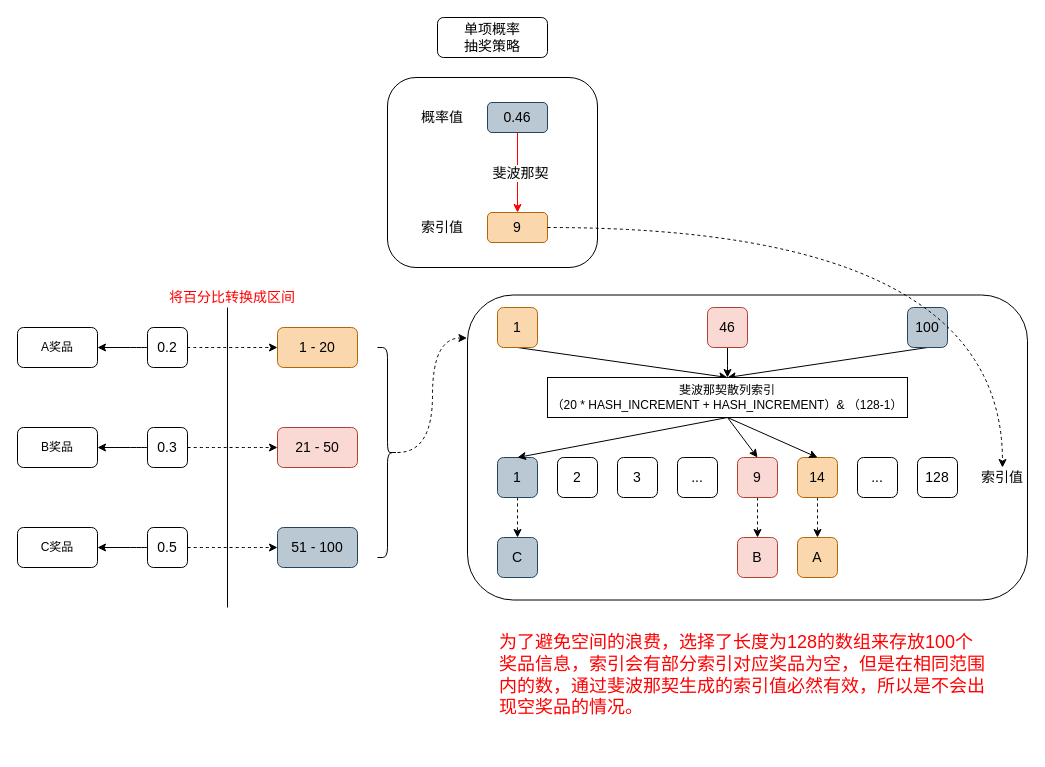
Above: page "第 1 页" (1 of 2) of docs/笔记/项目笔记/Lottery/流程图/具体抽奖算法.drawio in HappyBinbin/HappyBinbin.github.io (draw.io), before the change. Source tidied: cells renumbered, new cells numbered last; positions are measured from the earlier drawing's top-left corner, leaving out a move shared by most shapes. Both pictures are drawn from the tidied source at 100%, with x=0, y=0 at pixel (17, 17).
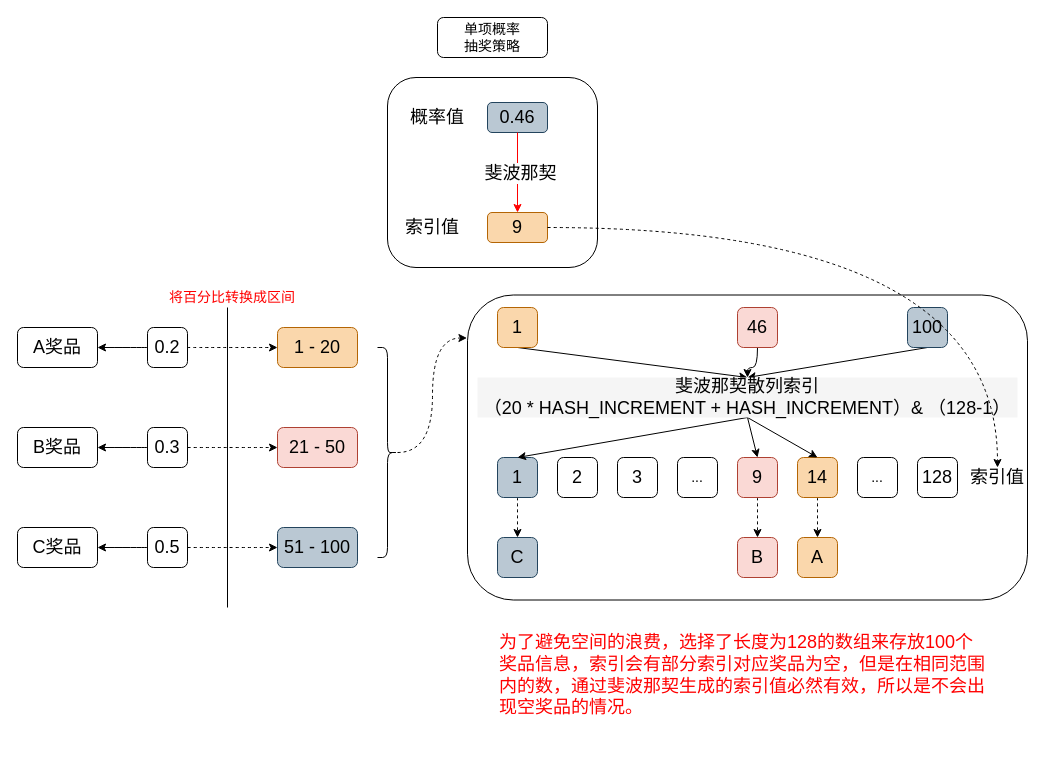
Above is the later version.

The change refers to these unchanged cells:
```xml
<mxCell id="3" style="group;" parent="1" vertex="1">
  <mxGeometry x="370" y="60" width="210" height="190" as="geometry" />
</mxCell>
<mxCell id="9" style="edgeStyle=orthogonalEdgeStyle;rounded=0;jettySize=auto;html=1;entryX=0.5;entryY=0;entryDx=0;entryDy=0;strokeColor=#FF0000;" parent="3" edge="1" source="7" target="8">
  <mxGeometry relative="1" as="geometry" />
</mxCell>
```

The edit, as a diff of the source:
```diff
@@
-    <mxCell id="5" value="&lt;font style=&quot;font-size: 14px&quot;&gt;概率值&lt;/font&gt;" style="text;html=1;strokeColor=none;fillColor=none;align=center;verticalAlign=middle;whiteSpace=wrap;rounded=0;" parent="3" vertex="1">
-      <mxGeometry x="30" y="30" width="50" height="20" as="geometry" />
+    <mxCell id="5" value="&lt;font style=&quot;font-size: 18px&quot;&gt;概率值&lt;/font&gt;" style="text;html=1;strokeColor=none;fillColor=none;align=center;verticalAlign=middle;whiteSpace=wrap;rounded=0;" parent="3" vertex="1">
+      <mxGeometry x="20" y="30" width="60" height="20" as="geometry" />
     </mxCell>
-    <mxCell id="6" value="&lt;font style=&quot;font-size: 14px&quot;&gt;索引值&lt;/font&gt;" style="text;html=1;strokeColor=none;fillColor=none;align=center;verticalAlign=middle;whiteSpace=wrap;rounded=0;" parent="3" vertex="1">
-      <mxGeometry x="30" y="140" width="50" height="20" as="geometry" />
+    <mxCell id="6" value="&lt;font style=&quot;font-size: 18px&quot;&gt;索引值&lt;/font&gt;" style="text;html=1;strokeColor=none;fillColor=none;align=center;verticalAlign=middle;whiteSpace=wrap;rounded=0;" parent="3" vertex="1">
+      <mxGeometry x="10" y="140" width="70" height="20" as="geometry" />
     </mxCell>
-    <mxCell id="7" value="&lt;font style=&quot;font-size: 14px&quot;&gt;0.46&lt;/font&gt;" style="rounded=1;whiteSpace=wrap;html=1;fillColor=#bac8d3;strokeColor=#23445d;" parent="3" vertex="1">
+    <mxCell id="7" value="&lt;font style=&quot;font-size: 18px&quot;&gt;0.46&lt;/font&gt;" style="rounded=1;whiteSpace=wrap;html=1;fillColor=#bac8d3;strokeColor=#23445d;" parent="3" vertex="1">
       <mxGeometry x="100" y="25" width="60" height="30" as="geometry" />
     </mxCell>
-    <mxCell id="8" value="&lt;font style=&quot;font-size: 14px&quot;&gt;9&lt;/font&gt;" style="rounded=1;whiteSpace=wrap;html=1;fillColor=#fad7ac;strokeColor=#b46504;" parent="3" vertex="1">
+    <mxCell id="8" value="&lt;font style=&quot;font-size: 18px&quot;&gt;9&lt;/font&gt;" style="rounded=1;whiteSpace=wrap;html=1;fillColor=#fad7ac;strokeColor=#b46504;" parent="3" vertex="1">
       <mxGeometry x="100" y="135" width="60" height="30" as="geometry" />
     </mxCell>
@@
-    <mxCell id="10" value="&lt;font style=&quot;font-size: 14px&quot;&gt;斐波那契&lt;/font&gt;" style="edgeLabel;html=1;align=center;verticalAlign=middle;" parent="9" vertex="1">
+    <mxCell id="10" value="&lt;font style=&quot;font-size: 18px&quot;&gt;斐波那契&lt;/font&gt;" style="edgeLabel;html=1;align=center;verticalAlign=middle;" parent="9" vertex="1">
       <mxGeometry x="-0.27" y="2" relative="1" as="geometry">
         <mxPoint y="11" as="offset" />
       </mxGeometry>
     </mxCell>
@@
-    <mxCell id="13" value="&lt;font style=&quot;font-size: 14px&quot;&gt;1&lt;/font&gt;" style="rounded=1;whiteSpace=wrap;html=1;fillColor=#bac8d3;strokeColor=#23445d;" parent="1" vertex="1">
+    <mxCell id="13" value="&lt;font style=&quot;font-size: 18px&quot;&gt;1&lt;/font&gt;" style="rounded=1;whiteSpace=wrap;html=1;fillColor=#bac8d3;strokeColor=#23445d;" parent="1" vertex="1">
       <mxGeometry x="480" y="440" width="40" height="40" as="geometry" />
     </mxCell>
-    <mxCell id="14" value="&lt;font style=&quot;font-size: 14px&quot;&gt;2&lt;/font&gt;" style="rounded=1;whiteSpace=wrap;html=1;" parent="1" vertex="1">
+    <mxCell id="14" value="&lt;font style=&quot;font-size: 18px&quot;&gt;2&lt;/font&gt;" style="rounded=1;whiteSpace=wrap;html=1;" parent="1" vertex="1">
       <mxGeometry x="540" y="440" width="40" height="40" as="geometry" />
     </mxCell>
-    <mxCell id="15" value="&lt;font style=&quot;font-size: 14px&quot;&gt;3&lt;/font&gt;" style="rounded=1;whiteSpace=wrap;html=1;" parent="1" vertex="1">
+    <mxCell id="15" value="&lt;font style=&quot;font-size: 18px&quot;&gt;3&lt;/font&gt;" style="rounded=1;whiteSpace=wrap;html=1;" parent="1" vertex="1">
       <mxGeometry x="600" y="440" width="40" height="40" as="geometry" />
     </mxCell>
@@
-    <mxCell id="18" value="&lt;span style=&quot;font-size: 14px&quot;&gt;9&lt;/span&gt;" style="rounded=1;whiteSpace=wrap;html=1;fillColor=#fad9d5;strokeColor=#ae4132;" parent="1" vertex="1">
+    <mxCell id="18" value="&lt;font style=&quot;font-size: 18px&quot;&gt;9&lt;/font&gt;" style="rounded=1;whiteSpace=wrap;html=1;fillColor=#fad9d5;strokeColor=#ae4132;" parent="1" vertex="1">
       <mxGeometry x="720" y="440" width="40" height="40" as="geometry" />
     </mxCell>
@@
-    <mxCell id="20" value="&lt;font style=&quot;font-size: 14px&quot;&gt;14&lt;/font&gt;" style="rounded=1;whiteSpace=wrap;html=1;fillColor=#fad7ac;strokeColor=#b46504;" parent="1" vertex="1">
+    <mxCell id="20" value="&lt;font style=&quot;font-size: 18px&quot;&gt;14&lt;/font&gt;" style="rounded=1;whiteSpace=wrap;html=1;fillColor=#fad7ac;strokeColor=#b46504;" parent="1" vertex="1">
       <mxGeometry x="780" y="440" width="40" height="40" as="geometry" />
     </mxCell>
@@
-    <mxCell id="22" value="&lt;font style=&quot;font-size: 14px&quot;&gt;128&lt;/font&gt;" style="rounded=1;whiteSpace=wrap;html=1;" parent="1" vertex="1">
+    <mxCell id="22" value="&lt;font style=&quot;font-size: 18px&quot;&gt;128&lt;/font&gt;" style="rounded=1;whiteSpace=wrap;html=1;" parent="1" vertex="1">
       <mxGeometry x="900" y="440" width="40" height="40" as="geometry" />
     </mxCell>
-    <mxCell id="23" value="&lt;font style=&quot;font-size: 14px&quot;&gt;索引值&lt;/font&gt;" style="text;html=1;strokeColor=none;fillColor=none;align=center;verticalAlign=middle;whiteSpace=wrap;rounded=0;" parent="1" vertex="1">
-      <mxGeometry x="960" y="450" width="50" height="20" as="geometry" />
+    <mxCell id="23" value="&lt;font style=&quot;font-size: 18px&quot;&gt;索引值&lt;/font&gt;" style="text;html=1;strokeColor=none;fillColor=none;align=center;verticalAlign=middle;whiteSpace=wrap;rounded=0;" parent="1" vertex="1">
+      <mxGeometry x="950" y="450" width="60" height="20" as="geometry" />
     </mxCell>
-    <mxCell id="24" value="&lt;font style=&quot;font-size: 14px&quot;&gt;C&lt;/font&gt;" style="rounded=1;whiteSpace=wrap;html=1;fillColor=#bac8d3;strokeColor=#23445d;" parent="1" vertex="1">
+    <mxCell id="24" value="&lt;font style=&quot;font-size: 18px&quot;&gt;C&lt;/font&gt;" style="rounded=1;whiteSpace=wrap;html=1;fillColor=#bac8d3;strokeColor=#23445d;" parent="1" vertex="1">
       <mxGeometry x="480" y="520" width="40" height="40" as="geometry" />
     </mxCell>
-    <mxCell id="25" value="&lt;font style=&quot;font-size: 14px&quot;&gt;B&lt;/font&gt;" style="rounded=1;whiteSpace=wrap;html=1;fillColor=#fad9d5;strokeColor=#ae4132;" parent="1" vertex="1">
+    <mxCell id="25" value="&lt;font style=&quot;font-size: 18px&quot;&gt;B&lt;/font&gt;" style="rounded=1;whiteSpace=wrap;html=1;fillColor=#fad9d5;strokeColor=#ae4132;" parent="1" vertex="1">
       <mxGeometry x="720" y="520" width="40" height="40" as="geometry" />
     </mxCell>
-    <mxCell id="26" value="&lt;font style=&quot;font-size: 14px&quot;&gt;A&lt;/font&gt;" style="rounded=1;whiteSpace=wrap;html=1;fillColor=#fad7ac;strokeColor=#b46504;" parent="1" vertex="1">
+    <mxCell id="26" value="&lt;font style=&quot;font-size: 18px&quot;&gt;A&lt;/font&gt;" style="rounded=1;whiteSpace=wrap;html=1;fillColor=#fad7ac;strokeColor=#b46504;" parent="1" vertex="1">
       <mxGeometry x="780" y="520" width="40" height="40" as="geometry" />
     </mxCell>
@@
-    <mxCell id="28" value="&lt;span style=&quot;font-size: 14px&quot;&gt;1&lt;/span&gt;" style="rounded=1;whiteSpace=wrap;html=1;fillColor=#fad7ac;strokeColor=#b46504;" parent="1" vertex="1">
+    <mxCell id="28" value="&lt;font style=&quot;font-size: 18px&quot;&gt;1&lt;/font&gt;" style="rounded=1;whiteSpace=wrap;html=1;fillColor=#fad7ac;strokeColor=#b46504;" parent="1" vertex="1">
       <mxGeometry x="480" y="290" width="40" height="40" as="geometry" />
     </mxCell>
@@
-    <mxCell id="30" value="&lt;font style=&quot;font-size: 14px&quot;&gt;46&lt;/font&gt;" style="rounded=1;whiteSpace=wrap;html=1;fillColor=#fad9d5;strokeColor=#ae4132;" parent="1" vertex="1">
-      <mxGeometry x="690" y="290" width="40" height="40" as="geometry" />
+    <mxCell id="30" value="&lt;font style=&quot;font-size: 18px&quot;&gt;46&lt;/font&gt;" style="rounded=1;whiteSpace=wrap;html=1;fillColor=#fad9d5;strokeColor=#ae4132;" parent="1" vertex="1">
+      <mxGeometry x="720" y="290" width="40" height="40" as="geometry" />
     </mxCell>
@@
-    <mxCell id="32" value="&lt;font style=&quot;font-size: 14px&quot;&gt;100&lt;/font&gt;" style="rounded=1;whiteSpace=wrap;html=1;fillColor=#bac8d3;strokeColor=#23445d;" parent="1" vertex="1">
+    <mxCell id="32" value="&lt;font style=&quot;font-size: 18px&quot;&gt;100&lt;/font&gt;" style="rounded=1;whiteSpace=wrap;html=1;fillColor=#bac8d3;strokeColor=#23445d;" parent="1" vertex="1">
       <mxGeometry x="890" y="290" width="40" height="40" as="geometry" />
     </mxCell>
@@
-    <mxCell id="34" value="&lt;span style=&quot;font-size: 14px&quot;&gt;1 - 20&lt;/span&gt;" style="rounded=1;whiteSpace=wrap;html=1;fillColor=#fad7ac;strokeColor=#b46504;" parent="1" vertex="1">
+    <mxCell id="34" value="&lt;font style=&quot;font-size: 18px&quot;&gt;1 - 20&lt;/font&gt;" style="rounded=1;whiteSpace=wrap;html=1;fillColor=#fad7ac;strokeColor=#b46504;" parent="1" vertex="1">
       <mxGeometry x="260" y="310" width="80" height="40" as="geometry" />
     </mxCell>
-    <mxCell id="35" value="&lt;span style=&quot;font-size: 14px&quot;&gt;21 - 50&lt;/span&gt;" style="rounded=1;whiteSpace=wrap;html=1;fillColor=#fad9d5;strokeColor=#ae4132;" parent="1" vertex="1">
+    <mxCell id="35" value="&lt;font style=&quot;font-size: 18px&quot;&gt;21 - 50&lt;/font&gt;" style="rounded=1;whiteSpace=wrap;html=1;fillColor=#fad9d5;strokeColor=#ae4132;" parent="1" vertex="1">
       <mxGeometry x="260" y="410" width="80" height="40" as="geometry" />
     </mxCell>
-    <mxCell id="36" value="&lt;font style=&quot;font-size: 14px&quot;&gt;51 - 100&lt;/font&gt;" style="rounded=1;whiteSpace=wrap;html=1;fillColor=#bac8d3;strokeColor=#23445d;" parent="1" vertex="1">
+    <mxCell id="36" value="&lt;font style=&quot;font-size: 18px&quot;&gt;51 - 100&lt;/font&gt;" style="rounded=1;whiteSpace=wrap;html=1;fillColor=#bac8d3;strokeColor=#23445d;" parent="1" vertex="1">
       <mxGeometry x="260" y="510" width="80" height="40" as="geometry" />
     </mxCell>
@@
-    <mxCell id="40" value="&lt;span style=&quot;font-size: 14px&quot;&gt;0.2&lt;/span&gt;" style="rounded=1;whiteSpace=wrap;html=1;" parent="1" vertex="1">
+    <mxCell id="40" value="&lt;font style=&quot;font-size: 18px&quot;&gt;0.2&lt;/font&gt;" style="rounded=1;whiteSpace=wrap;html=1;" parent="1" vertex="1">
       <mxGeometry x="130" y="310" width="40" height="40" as="geometry" />
     </mxCell>
-    <mxCell id="41" value="A奖品" style="whiteSpace=wrap;html=1;rounded=1;" parent="1" vertex="1">
+    <mxCell id="41" value="&lt;font style=&quot;font-size: 18px&quot;&gt;A奖品&lt;/font&gt;" style="whiteSpace=wrap;html=1;rounded=1;" parent="1" vertex="1">
       <mxGeometry y="310" width="80" height="40" as="geometry" />
     </mxCell>
@@
-    <mxCell id="44" value="&lt;span style=&quot;font-size: 14px&quot;&gt;0.3&lt;/span&gt;" style="rounded=1;whiteSpace=wrap;html=1;" parent="1" vertex="1">
+    <mxCell id="44" value="&lt;font style=&quot;font-size: 18px&quot;&gt;0.3&lt;/font&gt;" style="rounded=1;whiteSpace=wrap;html=1;" parent="1" vertex="1">
       <mxGeometry x="130" y="410" width="40" height="40" as="geometry" />
     </mxCell>
-    <mxCell id="45" value="B奖品" style="whiteSpace=wrap;html=1;rounded=1;" parent="1" vertex="1">
+    <mxCell id="45" value="&lt;font style=&quot;font-size: 18px&quot;&gt;B奖品&lt;/font&gt;" style="whiteSpace=wrap;html=1;rounded=1;" parent="1" vertex="1">
       <mxGeometry y="410" width="80" height="40" as="geometry" />
     </mxCell>
@@
-    <mxCell id="48" value="&lt;span style=&quot;font-size: 14px&quot;&gt;0.5&lt;/span&gt;" style="rounded=1;whiteSpace=wrap;html=1;" parent="1" vertex="1">
+    <mxCell id="48" value="&lt;font style=&quot;font-size: 18px&quot;&gt;0.5&lt;/font&gt;" style="rounded=1;whiteSpace=wrap;html=1;" parent="1" vertex="1">
       <mxGeometry x="130" y="510" width="40" height="40" as="geometry" />
     </mxCell>
-    <mxCell id="49" value="C奖品" style="whiteSpace=wrap;html=1;rounded=1;" parent="1" vertex="1">
+    <mxCell id="49" value="&lt;font style=&quot;font-size: 18px&quot;&gt;C奖品&lt;/font&gt;" style="whiteSpace=wrap;html=1;rounded=1;" parent="1" vertex="1">
       <mxGeometry y="510" width="80" height="40" as="geometry" />
     </mxCell>
@@
-    <mxCell id="55" value="&lt;font color=&quot;#000000&quot;&gt;斐波那契散列索引&lt;br&gt;（20 * HASH_INCREMENT + HASH_INCREMENT）&amp;amp; （128-1）&lt;br&gt;&lt;/font&gt;" style="rounded=0;whiteSpace=wrap;html=1;" parent="1" vertex="1">
-      <mxGeometry x="530" y="360" width="360" height="40" as="geometry" />
+    <mxCell id="55" value="&lt;font color=&quot;#000000&quot;&gt;&lt;font style=&quot;font-size: 18px&quot;&gt;斐波那契散列索引&lt;br&gt;（20 * HASH_INCREMENT + HASH_INCREMENT）&amp;amp; （128-1）&lt;/font&gt;&lt;br&gt;&lt;/font&gt;" style="rounded=0;whiteSpace=wrap;html=1;fillColor=#f5f5f5;fontColor=#333333;strokeColor=none;" parent="1" vertex="1">
+      <mxGeometry x="460" y="360" width="540" height="40" as="geometry" />
     </mxCell>
```
